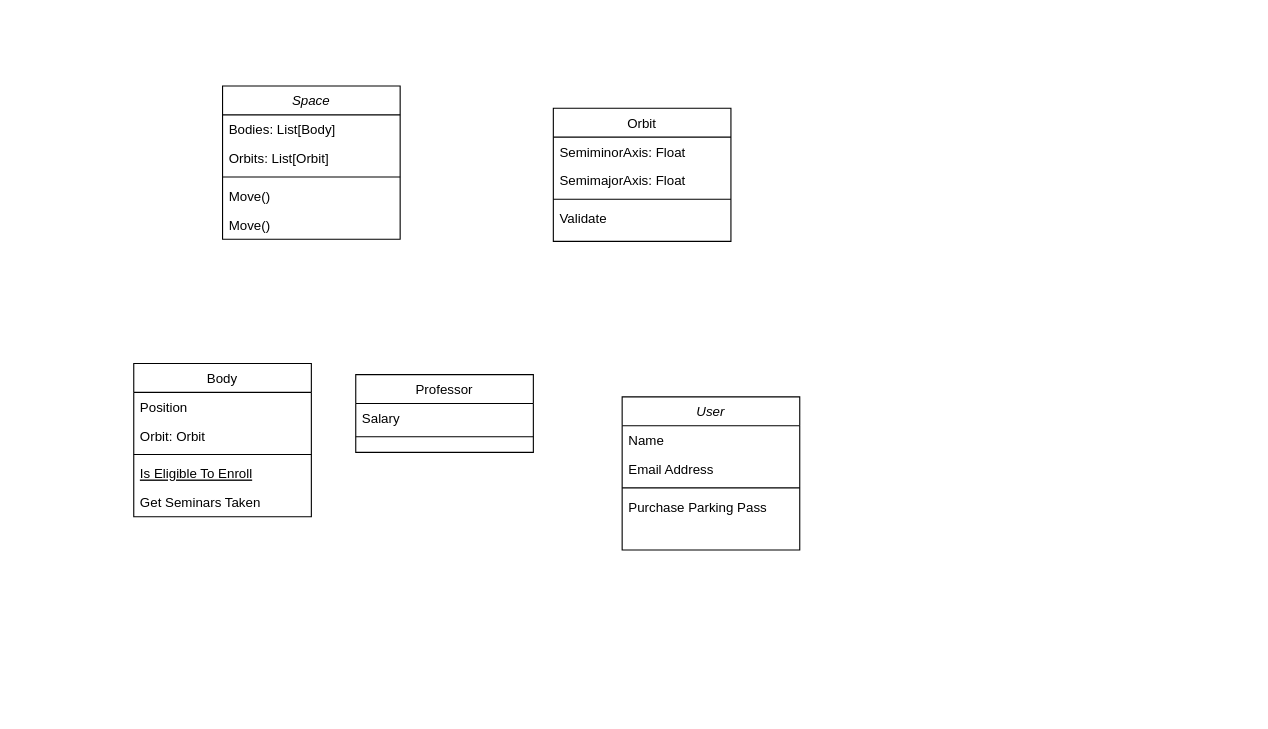
Above: Diagrama sin título.drawio in Mayday3003/n-body-simulation- (draw.io), before the change. Source tidied: cells renumbered, new cells numbered last; positions are measured from the earlier drawing's top-left corner, leaving out a move shared by most shapes. Both pictures are drawn from the tidied source at 111%, with x=0, y=0 at pixel (133, 85).
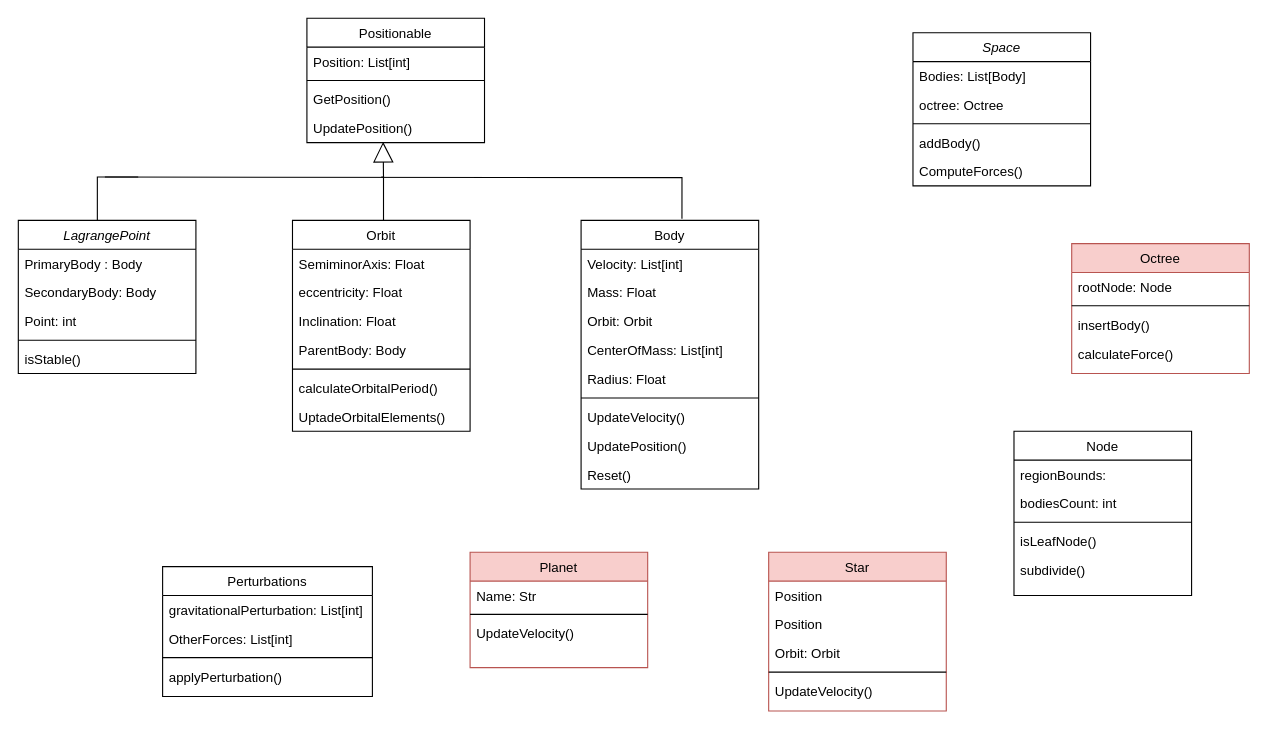
The same diagram, later.

Diff of the diagram source:
```diff
@@
     <mxCell id="2" value="Space" style="swimlane;fontStyle=2;align=center;verticalAlign=top;horizontal=1;startSize=26;rounded=0;shadow=0;strokeWidth=1;" parent="1" vertex="1">
-      <mxGeometry x="80" width="160" height="138" as="geometry" />
+      <mxGeometry x="702" y="-48" width="160" height="138" as="geometry" />
     </mxCell>
@@
-    <mxCell id="4" value="Orbits: List[Orbit]" style="text;align=left;verticalAlign=top;spacingLeft=4;spacingRight=4;overflow=hidden;rounded=0;shadow=0;html=0;" parent="2" vertex="1">
+    <mxCell id="4" value="octree: Octree" style="text;align=left;verticalAlign=top;spacingLeft=4;spacingRight=4;overflow=hidden;rounded=0;shadow=0;html=0;" parent="2" vertex="1">
       <mxGeometry y="52" width="160" height="26" as="geometry" />
     </mxCell>
@@
-    <mxCell id="6" value="Move()" style="text;align=left;verticalAlign=top;spacingLeft=4;spacingRight=4;overflow=hidden;rounded=0;shadow=0;html=0;" parent="2" vertex="1">
+    <mxCell id="6" value="addBody()" style="text;align=left;verticalAlign=top;spacingLeft=4;spacingRight=4;overflow=hidden;rounded=0;shadow=0;html=0;" parent="2" vertex="1">
       <mxGeometry y="86" width="160" height="26" as="geometry" />
     </mxCell>
-    <mxCell id="7" value="Move()" style="text;align=left;verticalAlign=top;spacingLeft=4;spacingRight=4;overflow=hidden;rounded=0;shadow=0;html=0;" parent="2" vertex="1">
+    <mxCell id="7" value="ComputeForces()" style="text;align=left;verticalAlign=top;spacingLeft=4;spacingRight=4;overflow=hidden;rounded=0;shadow=0;html=0;" parent="2" vertex="1">
       <mxGeometry y="112" width="160" height="26" as="geometry" />
     </mxCell>
     <mxCell id="8" value="Body" style="swimlane;fontStyle=0;align=center;verticalAlign=top;horizontal=1;startSize=26;rounded=0;shadow=0;strokeWidth=1;" parent="1" vertex="1">
-      <mxGeometry y="250" width="160" height="138" as="geometry" />
+      <mxGeometry x="403" y="121" width="160" height="242" as="geometry" />
     </mxCell>
-    <mxCell id="9" value="Position" style="text;align=left;verticalAlign=top;spacingLeft=4;spacingRight=4;overflow=hidden;" parent="8" vertex="1">
-      <mxGeometry y="26" width="160" height="26" as="geometry" />
-    </mxCell>
+    <mxCell id="27" value="Velocity: List[int]" style="text;align=left;verticalAlign=top;spacingLeft=4;spacingRight=4;overflow=hidden;" parent="8" vertex="1">
+      <mxGeometry y="26" width="160" height="26" as="geometry" />
+    </mxCell>
-    <mxCell id="10" value="Orbit: Orbit" style="text;align=left;verticalAlign=top;spacingLeft=4;spacingRight=4;overflow=hidden;rounded=0;shadow=0;html=0;" parent="8" vertex="1">
+    <mxCell id="10" value="Mass: Float" style="text;align=left;verticalAlign=top;spacingLeft=4;spacingRight=4;overflow=hidden;rounded=0;shadow=0;html=0;" parent="8" vertex="1">
       <mxGeometry y="52" width="160" height="26" as="geometry" />
     </mxCell>
+    <mxCell id="28" value="Orbit: Orbit" style="text;align=left;verticalAlign=top;spacingLeft=4;spacingRight=4;overflow=hidden;rounded=0;shadow=0;html=0;" parent="8" vertex="1">
+      <mxGeometry y="78" width="160" height="26" as="geometry" />
+    </mxCell>
+    <mxCell id="29" value="CenterOfMass: List[int]" style="text;align=left;verticalAlign=top;spacingLeft=4;spacingRight=4;overflow=hidden;rounded=0;shadow=0;html=0;" parent="8" vertex="1">
+      <mxGeometry y="104" width="160" height="26" as="geometry" />
+    </mxCell>
+    <mxCell id="30" value="Radius: Float" style="text;align=left;verticalAlign=top;spacingLeft=4;spacingRight=4;overflow=hidden;rounded=0;shadow=0;html=0;" parent="8" vertex="1">
+      <mxGeometry y="130" width="160" height="26" as="geometry" />
+    </mxCell>
     <mxCell id="11" style="line;html=1;strokeWidth=1;align=left;verticalAlign=middle;spacingTop=-1;spacingLeft=3;spacingRight=3;labelPosition=right;" parent="8" vertex="1">
-      <mxGeometry y="78" width="160" height="8" as="geometry" />
+      <mxGeometry y="156" width="160" height="8" as="geometry" />
     </mxCell>
-    <mxCell id="12" value="Is Eligible To Enroll" style="text;align=left;verticalAlign=top;spacingLeft=4;spacingRight=4;overflow=hidden;fontStyle=4;" parent="8" vertex="1">
-      <mxGeometry y="86" width="160" height="26" as="geometry" />
-    </mxCell>
-    <mxCell id="13" value="Get Seminars Taken" style="text;align=left;verticalAlign=top;spacingLeft=4;spacingRight=4;overflow=hidden;" parent="8" vertex="1">
-      <mxGeometry y="112" width="160" height="26" as="geometry" />
-    </mxCell>
+    <mxCell id="31" value="UpdateVelocity()" style="text;align=left;verticalAlign=top;spacingLeft=4;spacingRight=4;overflow=hidden;" parent="8" vertex="1">
+      <mxGeometry y="164" width="160" height="26" as="geometry" />
+    </mxCell>
+    <mxCell id="32" value="UpdatePosition()" style="text;align=left;verticalAlign=top;spacingLeft=4;spacingRight=4;overflow=hidden;" parent="8" vertex="1">
+      <mxGeometry y="190" width="160" height="26" as="geometry" />
+    </mxCell>
+    <mxCell id="33" value="Reset()" style="text;align=left;verticalAlign=top;spacingLeft=4;spacingRight=4;overflow=hidden;" parent="8" vertex="1">
+      <mxGeometry y="216" width="160" height="26" as="geometry" />
+    </mxCell>
-    <mxCell id="14" value="Professor" style="swimlane;fontStyle=0;align=center;verticalAlign=top;horizontal=1;startSize=26;rounded=0;shadow=0;strokeWidth=1;" parent="1" vertex="1">
-      <mxGeometry x="200" y="260" width="160" height="70" as="geometry" />
+    <mxCell id="14" value="Positionable" style="swimlane;fontStyle=0;align=center;verticalAlign=top;horizontal=1;startSize=26;rounded=0;shadow=0;strokeWidth=1;" parent="1" vertex="1">
+      <mxGeometry x="156" y="-61" width="160" height="112" as="geometry" />
     </mxCell>
-    <mxCell id="15" value="Salary" style="text;align=left;verticalAlign=top;spacingLeft=4;spacingRight=4;overflow=hidden;" parent="14" vertex="1">
+    <mxCell id="15" value="Position: List[int]" style="text;align=left;verticalAlign=top;spacingLeft=4;spacingRight=4;overflow=hidden;" parent="14" vertex="1">
       <mxGeometry y="26" width="160" height="26" as="geometry" />
     </mxCell>
@@
+    <mxCell id="34" value="GetPosition()" style="text;align=left;verticalAlign=top;spacingLeft=4;spacingRight=4;overflow=hidden;" parent="14" vertex="1">
+      <mxGeometry y="60" width="160" height="26" as="geometry" />
+    </mxCell>
+    <mxCell id="35" value="UpdatePosition()" style="text;align=left;verticalAlign=top;spacingLeft=4;spacingRight=4;overflow=hidden;points=[[0,0.5],[1,0.5]];portConstraint=eastwest;" parent="14" vertex="1">
+      <mxGeometry y="86" width="160" height="26" as="geometry" />
+    </mxCell>
     <mxCell id="17" value="Orbit" style="swimlane;fontStyle=0;align=center;verticalAlign=top;horizontal=1;startSize=26;rounded=0;shadow=0;strokeWidth=1;" parent="1" vertex="1">
-      <mxGeometry x="378" y="20" width="160" height="120" as="geometry" />
+      <mxGeometry x="143" y="121" width="160" height="190" as="geometry" />
     </mxCell>
+    <mxCell id="36" style="endArrow=none;html=1;edgeStyle=orthogonalEdgeStyle;rounded=0;exitX=0.5;exitY=0;exitDx=0;exitDy=0;" parent="17" edge="1">
+      <mxGeometry relative="1" as="geometry">
+        <mxPoint x="82" as="sourcePoint" />
+        <mxPoint x="80" y="-39" as="targetPoint" />
+        <Array as="points">
+          <mxPoint x="82" y="-39" />
+        </Array>
+      </mxGeometry>
+    </mxCell>
@@
-    <mxCell id="19" value="SemimajorAxis: Float" style="text;align=left;verticalAlign=top;spacingLeft=4;spacingRight=4;overflow=hidden;rounded=0;shadow=0;html=0;" parent="17" vertex="1">
+    <mxCell id="19" value="eccentricity: Float" style="text;align=left;verticalAlign=top;spacingLeft=4;spacingRight=4;overflow=hidden;rounded=0;shadow=0;html=0;" parent="17" vertex="1">
       <mxGeometry y="52" width="160" height="26" as="geometry" />
     </mxCell>
+    <mxCell id="37" value="Inclination: Float" style="text;align=left;verticalAlign=top;spacingLeft=4;spacingRight=4;overflow=hidden;rounded=0;shadow=0;html=0;" parent="17" vertex="1">
+      <mxGeometry y="78" width="160" height="26" as="geometry" />
+    </mxCell>
+    <mxCell id="38" value="ParentBody: Body" style="text;align=left;verticalAlign=top;spacingLeft=4;spacingRight=4;overflow=hidden;rounded=0;shadow=0;html=0;" parent="17" vertex="1">
+      <mxGeometry y="104" width="160" height="26" as="geometry" />
+    </mxCell>
     <mxCell id="20" style="line;html=1;strokeWidth=1;align=left;verticalAlign=middle;spacingTop=-1;spacingLeft=3;spacingRight=3;labelPosition=right;" parent="17" vertex="1">
-      <mxGeometry y="78" width="160" height="8" as="geometry" />
+      <mxGeometry y="130" width="160" height="8" as="geometry" />
     </mxCell>
+    <mxCell id="39" value="calculateOrbitalPeriod()" style="text;align=left;verticalAlign=top;spacingLeft=4;spacingRight=4;overflow=hidden;" parent="17" vertex="1">
+      <mxGeometry y="138" width="160" height="26" as="geometry" />
+    </mxCell>
-    <mxCell id="21" value="Validate" style="text;align=left;verticalAlign=top;spacingLeft=4;spacingRight=4;overflow=hidden;" parent="17" vertex="1">
-      <mxGeometry y="86" width="160" height="26" as="geometry" />
+    <mxCell id="21" value="UptadeOrbitalElements()" style="text;align=left;verticalAlign=top;spacingLeft=4;spacingRight=4;overflow=hidden;" parent="17" vertex="1">
+      <mxGeometry y="164" width="160" height="26" as="geometry" />
     </mxCell>
-    <mxCell id="22" value="User" style="swimlane;fontStyle=2;align=center;verticalAlign=top;horizontal=1;startSize=26;rounded=0;shadow=0;strokeWidth=1;" parent="1" vertex="1">
-      <mxGeometry x="440" y="280" width="160" height="138" as="geometry" />
+    <mxCell id="22" value="LagrangePoint" style="swimlane;fontStyle=2;align=center;verticalAlign=top;horizontal=1;startSize=26;rounded=0;shadow=0;strokeWidth=1;" parent="1" vertex="1">
+      <mxGeometry x="-104" y="121" width="160" height="138" as="geometry" />
     </mxCell>
-    <mxCell id="23" value="Name" style="text;align=left;verticalAlign=top;spacingLeft=4;spacingRight=4;overflow=hidden;" parent="22" vertex="1">
+    <mxCell id="23" value="PrimaryBody : Body" style="text;align=left;verticalAlign=top;spacingLeft=4;spacingRight=4;overflow=hidden;" parent="22" vertex="1">
       <mxGeometry y="26" width="160" height="26" as="geometry" />
     </mxCell>
-    <mxCell id="24" value="Email Address" style="text;align=left;verticalAlign=top;spacingLeft=4;spacingRight=4;overflow=hidden;rounded=0;shadow=0;html=0;" parent="22" vertex="1">
+    <mxCell id="24" value="SecondaryBody: Body" style="text;align=left;verticalAlign=top;spacingLeft=4;spacingRight=4;overflow=hidden;rounded=0;shadow=0;html=0;" parent="22" vertex="1">
       <mxGeometry y="52" width="160" height="26" as="geometry" />
     </mxCell>
+    <mxCell id="40" value="Point: int" style="text;align=left;verticalAlign=top;spacingLeft=4;spacingRight=4;overflow=hidden;rounded=0;shadow=0;html=0;" parent="22" vertex="1">
+      <mxGeometry y="78" width="160" height="26" as="geometry" />
+    </mxCell>
     <mxCell id="25" style="line;html=1;strokeWidth=1;align=left;verticalAlign=middle;spacingTop=-1;spacingLeft=3;spacingRight=3;labelPosition=right;" parent="22" vertex="1">
-      <mxGeometry y="78" width="160" height="8" as="geometry" />
+      <mxGeometry y="104" width="160" height="8" as="geometry" />
     </mxCell>
-    <mxCell id="26" value="Purchase Parking Pass" style="text;align=left;verticalAlign=top;spacingLeft=4;spacingRight=4;overflow=hidden;" parent="22" vertex="1">
-      <mxGeometry y="86" width="160" height="26" as="geometry" />
+    <mxCell id="26" value="isStable() " style="text;align=left;verticalAlign=top;spacingLeft=4;spacingRight=4;overflow=hidden;" parent="22" vertex="1">
+      <mxGeometry y="112" width="160" height="26" as="geometry" />
     </mxCell>
+    <mxCell id="41" value="Star" style="swimlane;fontStyle=0;align=center;verticalAlign=top;horizontal=1;startSize=26;rounded=0;shadow=0;strokeWidth=1;fillColor=#f8cecc;strokeColor=#b85450;" parent="1" vertex="1">
+      <mxGeometry x="572" y="420" width="160" height="143" as="geometry" />
+    </mxCell>
+    <mxCell id="9" value="Position" style="text;align=left;verticalAlign=top;spacingLeft=4;spacingRight=4;overflow=hidden;" parent="41" vertex="1">
+      <mxGeometry y="26" width="160" height="26" as="geometry" />
+    </mxCell>
+    <mxCell id="42" value="Position" style="text;align=left;verticalAlign=top;spacingLeft=4;spacingRight=4;overflow=hidden;" parent="41" vertex="1">
+      <mxGeometry y="52" width="160" height="26" as="geometry" />
+    </mxCell>
+    <mxCell id="43" value="Orbit: Orbit" style="text;align=left;verticalAlign=top;spacingLeft=4;spacingRight=4;overflow=hidden;rounded=0;shadow=0;html=0;" parent="41" vertex="1">
+      <mxGeometry y="78" width="160" height="26" as="geometry" />
+    </mxCell>
+    <mxCell id="44" style="line;html=1;strokeWidth=1;align=left;verticalAlign=middle;spacingTop=-1;spacingLeft=3;spacingRight=3;labelPosition=right;" parent="41" vertex="1">
+      <mxGeometry y="104" width="160" height="8" as="geometry" />
+    </mxCell>
+    <mxCell id="45" value="UpdateVelocity()" style="text;align=left;verticalAlign=top;spacingLeft=4;spacingRight=4;overflow=hidden;" parent="41" vertex="1">
+      <mxGeometry y="112" width="160" height="26" as="geometry" />
+    </mxCell>
+    <mxCell id="46" value="Planet" style="swimlane;fontStyle=0;align=center;verticalAlign=top;horizontal=1;startSize=26;rounded=0;shadow=0;strokeWidth=1;fillColor=#f8cecc;strokeColor=#b85450;" parent="1" vertex="1">
+      <mxGeometry x="303" y="420" width="160" height="104" as="geometry" />
+    </mxCell>
+    <mxCell id="47" value="Name: Str" style="text;align=left;verticalAlign=top;spacingLeft=4;spacingRight=4;overflow=hidden;" parent="46" vertex="1">
+      <mxGeometry y="26" width="160" height="26" as="geometry" />
+    </mxCell>
+    <mxCell id="48" style="line;html=1;strokeWidth=1;align=left;verticalAlign=middle;spacingTop=-1;spacingLeft=3;spacingRight=3;labelPosition=right;" parent="46" vertex="1">
+      <mxGeometry y="52" width="160" height="8" as="geometry" />
+    </mxCell>
+    <mxCell id="49" value="UpdateVelocity()" style="text;align=left;verticalAlign=top;spacingLeft=4;spacingRight=4;overflow=hidden;" parent="46" vertex="1">
+      <mxGeometry y="60" width="160" height="26" as="geometry" />
+    </mxCell>
+    <mxCell id="50" value="Perturbations" style="swimlane;fontStyle=0;align=center;verticalAlign=top;horizontal=1;startSize=26;rounded=0;shadow=0;strokeWidth=1;" parent="1" vertex="1">
+      <mxGeometry x="26" y="433" width="189" height="117" as="geometry" />
+    </mxCell>
+    <mxCell id="51" value="gravitationalPerturbation: List[int]" style="text;align=left;verticalAlign=top;spacingLeft=4;spacingRight=4;overflow=hidden;" parent="50" vertex="1">
+      <mxGeometry y="26" width="189" height="26" as="geometry" />
+    </mxCell>
+    <mxCell id="52" value="OtherForces: List[int]" style="text;align=left;verticalAlign=top;spacingLeft=4;spacingRight=4;overflow=hidden;" parent="50" vertex="1">
+      <mxGeometry y="52" width="189" height="26" as="geometry" />
+    </mxCell>
+    <mxCell id="53" style="line;html=1;strokeWidth=1;align=left;verticalAlign=middle;spacingTop=-1;spacingLeft=3;spacingRight=3;labelPosition=right;" parent="50" vertex="1">
+      <mxGeometry y="78" width="189" height="8" as="geometry" />
+    </mxCell>
+    <mxCell id="54" value="applyPerturbation()" style="text;align=left;verticalAlign=top;spacingLeft=4;spacingRight=4;overflow=hidden;" parent="50" vertex="1">
+      <mxGeometry y="86" width="189" height="27" as="geometry" />
+    </mxCell>
+    <mxCell id="55" style="endArrow=block;endSize=16;endFill=0;html=1;rounded=0;entryX=0.429;entryY=0.974;entryDx=0;entryDy=0;entryPerimeter=0;" parent="1" edge="1" target="35">
+      <mxGeometry x="-0.35" y="86" relative="1" as="geometry">
+        <mxPoint x="225" y="82" as="sourcePoint" />
+      </mxGeometry>
+    </mxCell>
+    <mxCell id="56" style="endArrow=none;html=1;edgeStyle=orthogonalEdgeStyle;rounded=0;entryX=0.568;entryY=-0.006;entryDx=0;entryDy=0;entryPerimeter=0;" parent="1" edge="1" target="8">
+      <mxGeometry relative="1" as="geometry">
+        <mxPoint x="-26" y="82" as="sourcePoint" />
+      </mxGeometry>
+    </mxCell>
+    <mxCell id="57" style="endArrow=none;html=1;edgeStyle=orthogonalEdgeStyle;rounded=0;exitX=0.445;exitY=0;exitDx=0;exitDy=0;exitPerimeter=0;" parent="1" edge="1" source="22">
+      <mxGeometry relative="1" as="geometry">
+        <mxPoint x="4" y="82" as="targetPoint" />
+        <Array as="points">
+          <mxPoint x="-33" y="82" />
+        </Array>
+      </mxGeometry>
+    </mxCell>
+    <mxCell id="58" value="Octree" style="swimlane;fontStyle=0;align=center;verticalAlign=top;horizontal=1;startSize=26;rounded=0;shadow=0;strokeWidth=1;fillColor=#f8cecc;strokeColor=#b85450;" parent="1" vertex="1">
+      <mxGeometry x="845" y="142" width="160" height="117" as="geometry" />
+    </mxCell>
+    <mxCell id="59" value="rootNode: Node" style="text;align=left;verticalAlign=top;spacingLeft=4;spacingRight=4;overflow=hidden;" parent="58" vertex="1">
+      <mxGeometry y="26" width="160" height="26" as="geometry" />
+    </mxCell>
+    <mxCell id="60" style="line;html=1;strokeWidth=1;align=left;verticalAlign=middle;spacingTop=-1;spacingLeft=3;spacingRight=3;labelPosition=right;" parent="58" vertex="1">
+      <mxGeometry y="52" width="160" height="8" as="geometry" />
+    </mxCell>
+    <mxCell id="61" value="insertBody()" style="text;align=left;verticalAlign=top;spacingLeft=4;spacingRight=4;overflow=hidden;" parent="58" vertex="1">
+      <mxGeometry y="60" width="160" height="26" as="geometry" />
+    </mxCell>
+    <mxCell id="62" value="calculateForce()" style="text;align=left;verticalAlign=top;spacingLeft=4;spacingRight=4;overflow=hidden;" parent="58" vertex="1">
+      <mxGeometry y="86" width="160" height="26" as="geometry" />
+    </mxCell>
+    <mxCell id="63" value="Node" style="swimlane;fontStyle=0;align=center;verticalAlign=top;horizontal=1;startSize=26;rounded=0;shadow=0;strokeWidth=1;" parent="1" vertex="1">
+      <mxGeometry x="793" y="311" width="160" height="148" as="geometry" />
+    </mxCell>
+    <mxCell id="64" value="regionBounds: " style="text;align=left;verticalAlign=top;spacingLeft=4;spacingRight=4;overflow=hidden;rounded=0;shadow=0;html=0;" parent="63" vertex="1">
+      <mxGeometry y="26" width="160" height="26" as="geometry" />
+    </mxCell>
+    <mxCell id="65" value="bodiesCount: int" style="text;align=left;verticalAlign=top;spacingLeft=4;spacingRight=4;overflow=hidden;rounded=0;shadow=0;html=0;" parent="63" vertex="1">
+      <mxGeometry y="52" width="160" height="26" as="geometry" />
+    </mxCell>
+    <mxCell id="66" style="line;html=1;strokeWidth=1;align=left;verticalAlign=middle;spacingTop=-1;spacingLeft=3;spacingRight=3;labelPosition=right;" parent="63" vertex="1">
+      <mxGeometry y="78" width="160" height="8" as="geometry" />
+    </mxCell>
+    <mxCell id="67" value="isLeafNode()" style="text;align=left;verticalAlign=top;spacingLeft=4;spacingRight=4;overflow=hidden;" parent="63" vertex="1">
+      <mxGeometry y="86" width="160" height="26" as="geometry" />
+    </mxCell>
+    <mxCell id="68" value="subdivide()" style="text;align=left;verticalAlign=top;spacingLeft=4;spacingRight=4;overflow=hidden;" parent="63" vertex="1">
+      <mxGeometry y="112" width="160" height="26" as="geometry" />
+    </mxCell>
```
